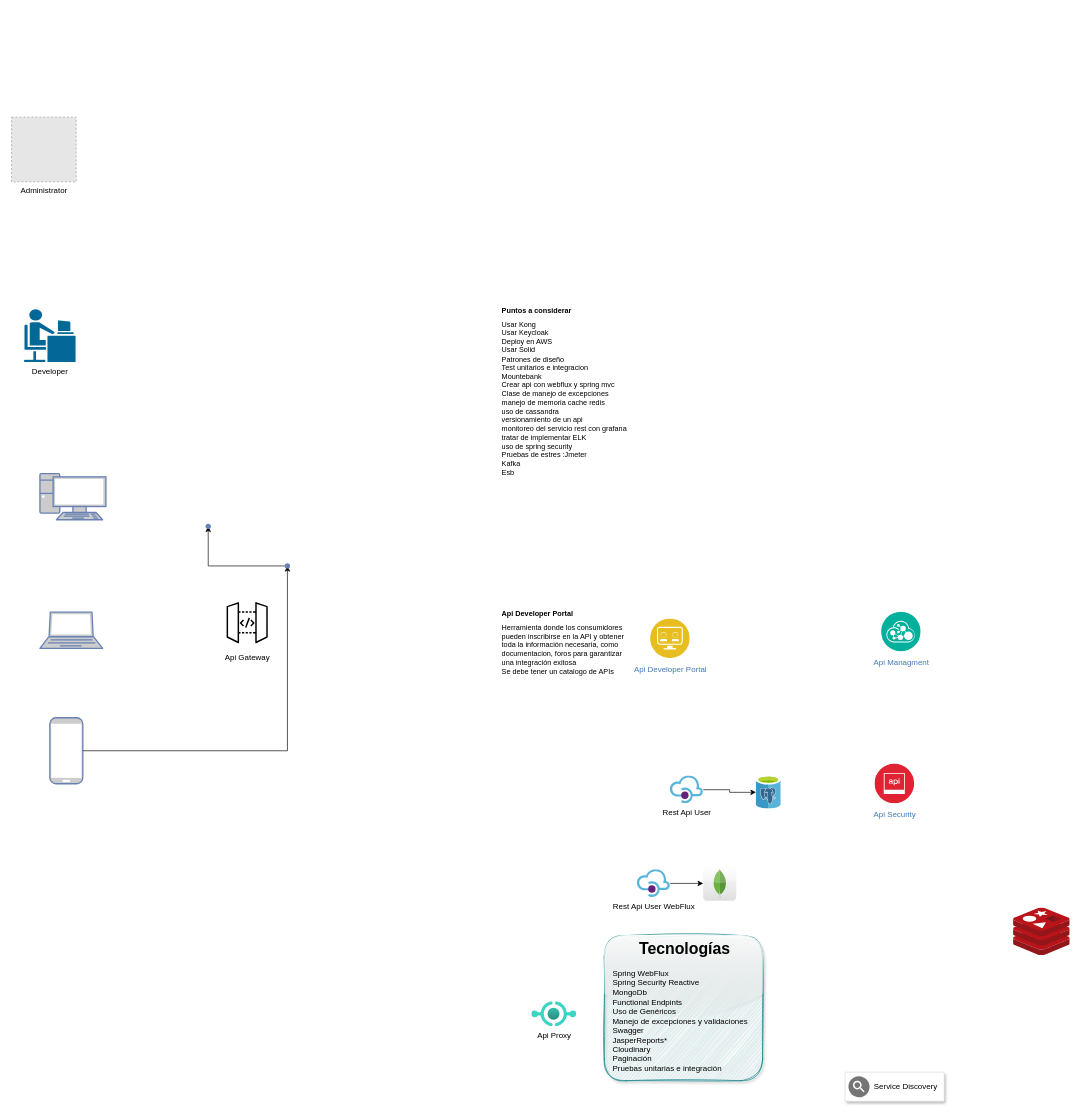
The draw.io diagram ApiArchitectureAll.drawio in alonsozy/diagram_architecture, before the edit. Source tidied: cells renumbered, new cells numbered last; positions are measured from the earlier drawing's top-left corner, leaving out a move shared by most shapes. Both pictures are drawn from the tidied source at 66%, with x=0, y=0 at pixel (11, 117). Pictures stored in the file or linked from it are replaced by grey dashed boxes.
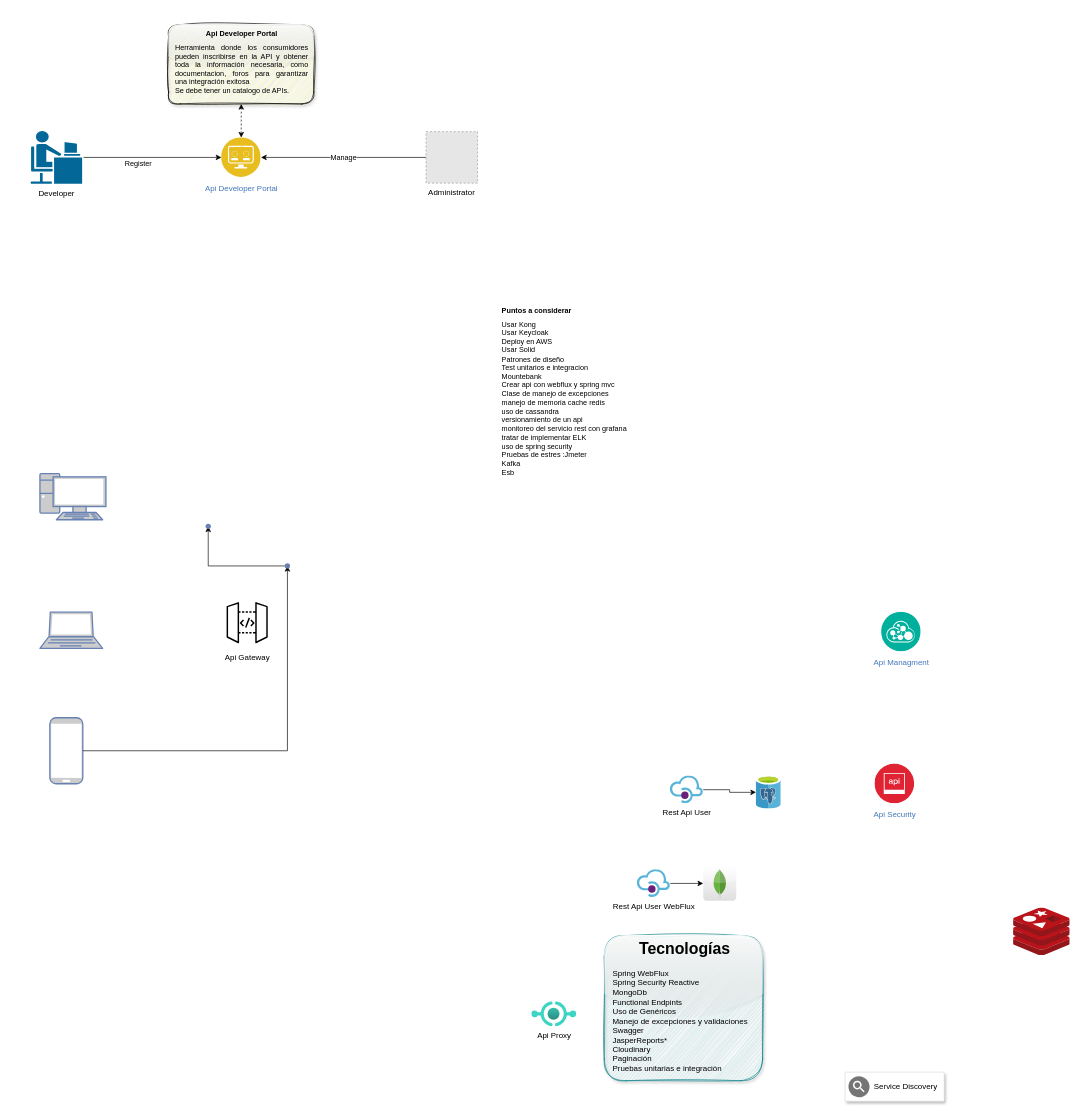
After the change.

Diff of the diagram source:
```diff
@@
     <mxCell id="4" value="Api Developer Portal" style="image;perimeter=ellipsePerimeter;html=1;align=center;shadow=0;dashed=0;fontColor=#4277BB;labelBackgroundColor=default;fontSize=12;spacingTop=3;image=img/lib/ibm/applications/api_developer_portal.svg;" parent="1" vertex="1">
-      <mxGeometry x="968" y="760" width="60" height="60" as="geometry" />
+      <mxGeometry x="318" y="31" width="60" height="60" as="geometry" />
     </mxCell>
@@
-    <mxCell id="9" value="&lt;h1 style=&quot;font-size: 11px;&quot;&gt;Api Developer Portal&lt;/h1&gt;&lt;div style=&quot;font-size: 11px;&quot;&gt;Herramienta donde los consumidores pueden inscribirse en la API y obtener toda la información necesaria, como documentacion, foros para garantizar una integración exitosa&lt;/div&gt;&lt;div style=&quot;font-size: 11px;&quot;&gt;Se debe tener un catalogo de APIs&lt;/div&gt;" style="text;html=1;strokeColor=none;fillColor=none;spacing=5;spacingTop=-20;whiteSpace=wrap;overflow=hidden;rounded=0;fontSize=11;" parent="1" vertex="1">
-      <mxGeometry x="738" y="750" width="200" height="110" as="geometry" />
+    <mxCell id="9" value="&lt;h1 style=&quot;font-size: 11px;&quot;&gt;&lt;span style=&quot;background-color: initial; font-weight: normal;&quot;&gt;&lt;br&gt;&lt;/span&gt;&lt;/h1&gt;&lt;h1 style=&quot;text-align: center; font-size: 11px;&quot;&gt;&lt;span style=&quot;background-color: initial;&quot;&gt;Api Developer Portal&lt;/span&gt;&lt;br&gt;&lt;/h1&gt;&lt;div style=&quot;text-align: justify; font-size: 11px;&quot;&gt;Herramienta donde los consumidores pueden inscribirse en la API y obtener toda la información necesaria, como documentacion, foros para garantizar una integración exitosa&lt;/div&gt;&lt;div style=&quot;text-align: justify; font-size: 11px;&quot;&gt;Se debe tener un catalogo de APIs.&lt;/div&gt;" style="text;html=1;strokeColor=default;fillColor=#FFFF99;spacing=5;spacingTop=-30;whiteSpace=wrap;overflow=hidden;rounded=1;fontSize=11;glass=1;gradientColor=none;shadow=1;sketch=1;curveFitting=1;jiggle=2;spacingLeft=5;spacingRight=5;" parent="1" vertex="1">
+      <mxGeometry x="238" y="-140" width="220" height="120" as="geometry" />
     </mxCell>
@@
+    <mxCell id="28" style="edgeStyle=orthogonalEdgeStyle;rounded=0;jettySize=auto;html=1;entryX=0;entryY=0.5;entryDx=0;entryDy=0;" parent="1" edge="1" source="26" target="4">
+      <mxGeometry relative="1" as="geometry" />
+    </mxCell>
+    <mxCell id="29" value="Register" style="edgeLabel;html=1;align=center;verticalAlign=middle;" parent="28" vertex="1">
+      <mxGeometry x="-0.22" y="3" relative="1" as="geometry">
+        <mxPoint x="1" y="12" as="offset" />
+      </mxGeometry>
+    </mxCell>
     <mxCell id="26" value="Developer" style="shape=mxgraph.cisco.people.androgenous_person;html=1;dashed=0;fillColor=#036897;strokeColor=#ffffff;strokeWidth=2;verticalLabelPosition=bottom;verticalAlign=top;align=center;outlineConnect=0;" parent="1" vertex="1">
-      <mxGeometry x="18" y="290" width="80" height="82" as="geometry" />
+      <mxGeometry x="28" y="20" width="80" height="82" as="geometry" />
     </mxCell>
+    <mxCell id="30" value="Manage" style="edgeStyle=orthogonalEdgeStyle;rounded=0;jettySize=auto;html=1;" parent="1" edge="1" source="27" target="4">
+      <mxGeometry relative="1" as="geometry" />
+    </mxCell>
-    <mxCell id="27" value="Administrator" style="fillColor=#E6E6E6;strokeColor=#999999;dashed=1;html=1;verticalAlign=top;verticalLabelPosition=bottom;labelBackgroundColor=#ffffff;" parent="1" vertex="1">
-      <mxGeometry width="98" height="98" as="geometry" />
+    <mxCell id="27" value="Administrator" style="fillColor=#E6E6E6;strokeColor=#999999;dashed=1;html=1;verticalAlign=top;verticalLabelPosition=bottom;labelBackgroundColor=none;whiteSpace=wrap;" parent="1" vertex="1">
+      <mxGeometry x="628" y="22" width="78" height="78" as="geometry" />
     </mxCell>
+    <mxCell id="31" style="html=1;labelBackgroundColor=#ffffff;startArrow=classic;startFill=1;startSize=6;endArrow=classic;endFill=1;endSize=6;jettySize=auto;strokeWidth=1;dashed=1;fontSize=14;rounded=0;entryX=0.5;entryY=1;entryDx=0;entryDy=0;exitX=0.5;exitY=0;exitDx=0;exitDy=0;" parent="1" edge="1" source="4" target="9">
+      <mxGeometry relative="1" as="geometry" />
+    </mxCell>
```
